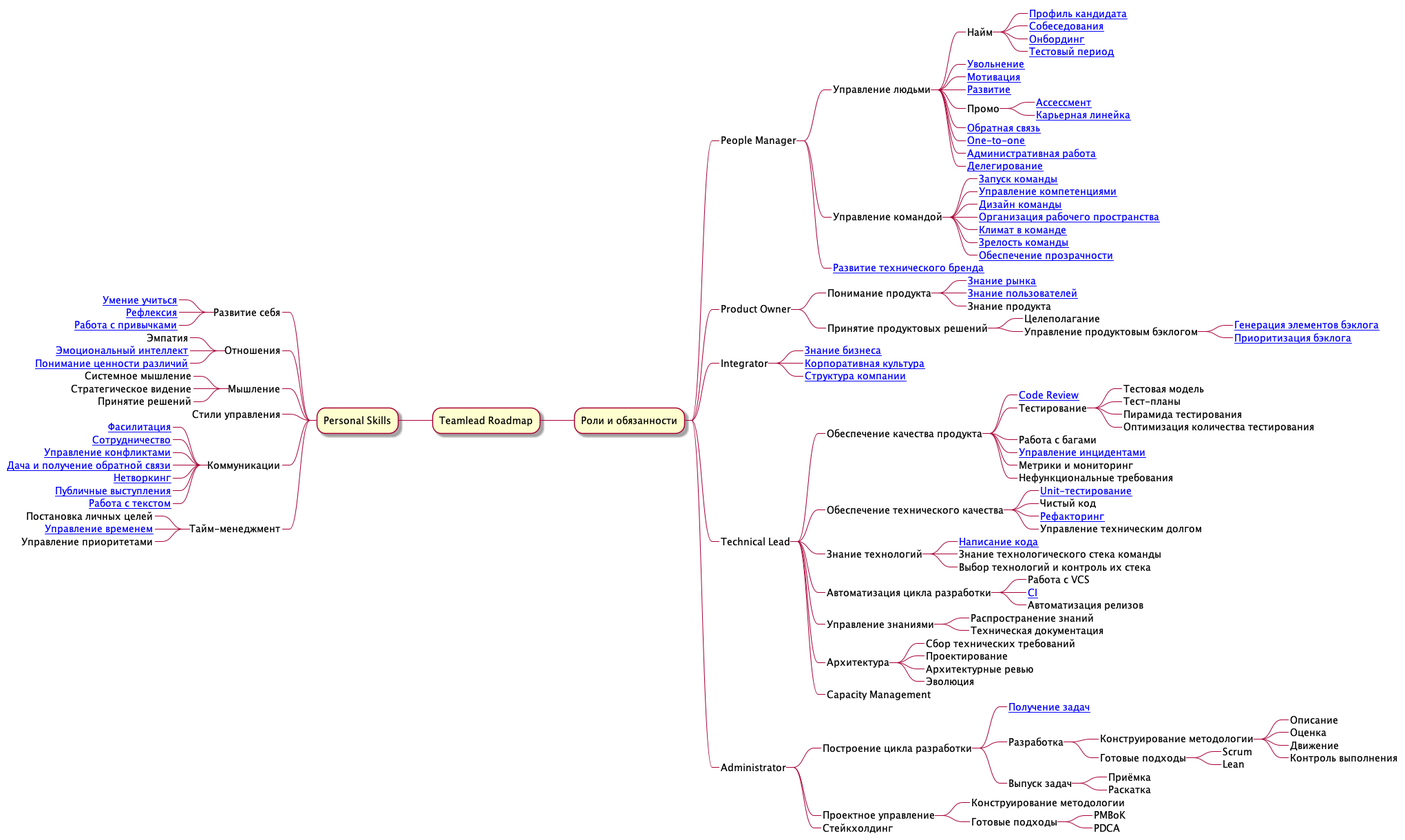
Above: roadmap.png in tlbootcamp/tlroadmap (PlantUML), before the change.
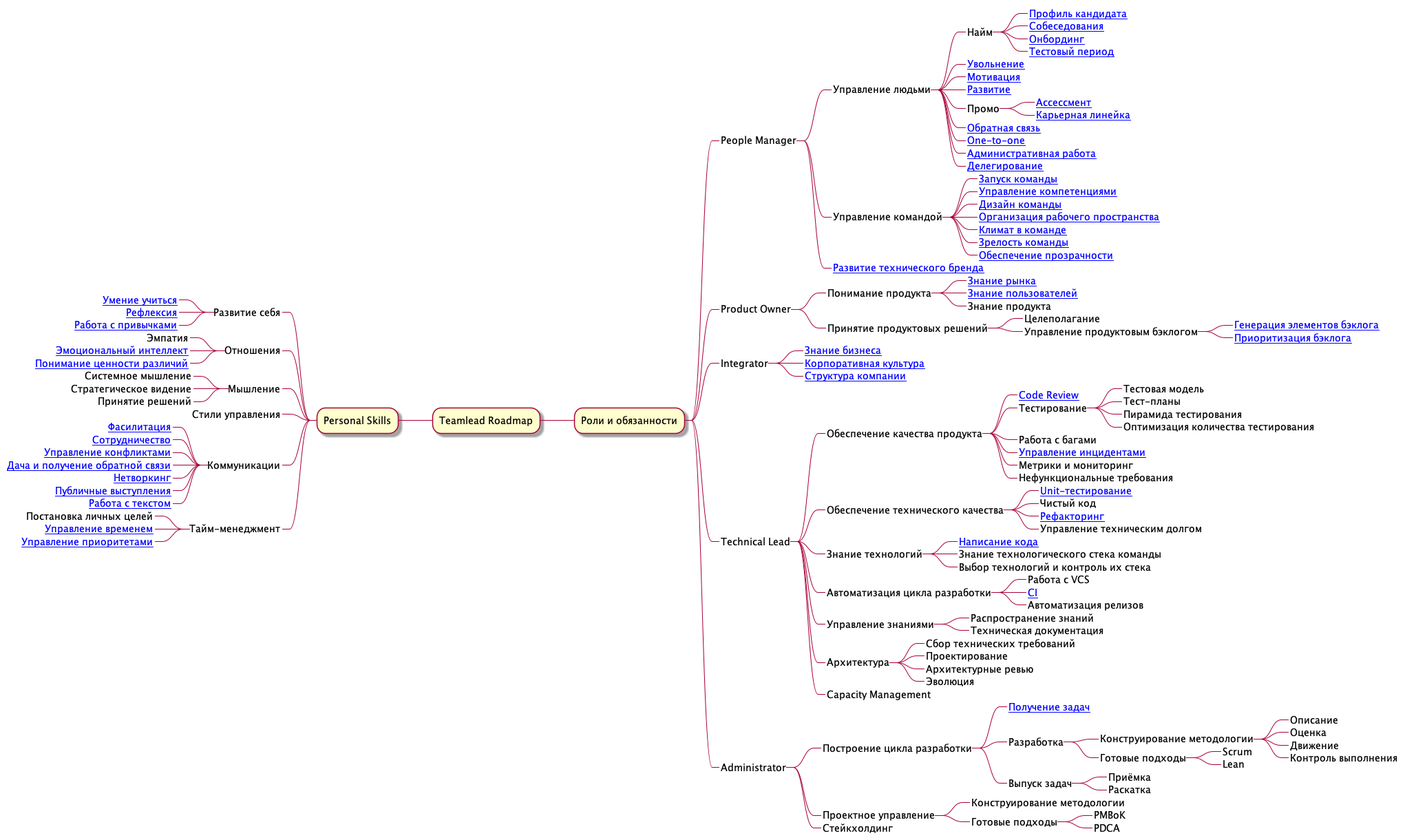
After the commit.

Diff of the diagram source:
```diff
@@ -124,6 +124,6 @@
 ***_ Тайм-менеджмент
 ****_ Постановка личных целей
 ****_ [[https://github.com/tlbootcamp/tlroadmap/blob/master/skills/self-improvement/time-management.md Управление временем]]
-****_ Управление приоритетами
+****_ [[https://github.com/tlbootcamp/tlroadmap/blob/master/skills/self-improvement/prioritization.md Управление приоритетами]]
 
 @endmindmap
```
